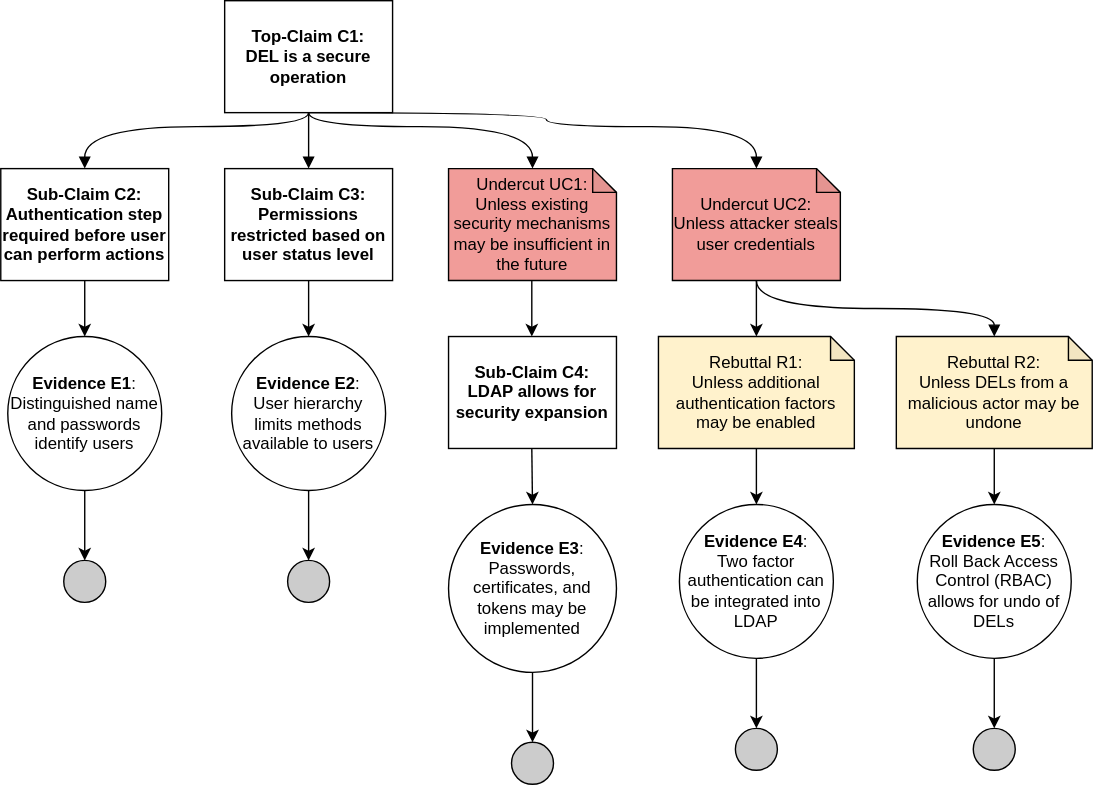
bartelsjoshuac/SAPG keeps this draw.io diagram as images/DEL assurance case.drawio.svg. Above is the earlier version. Source tidied: cells renumbered, new cells last; positions are measured from the earlier drawing's top-left corner, leaving out a move shared by most shapes.
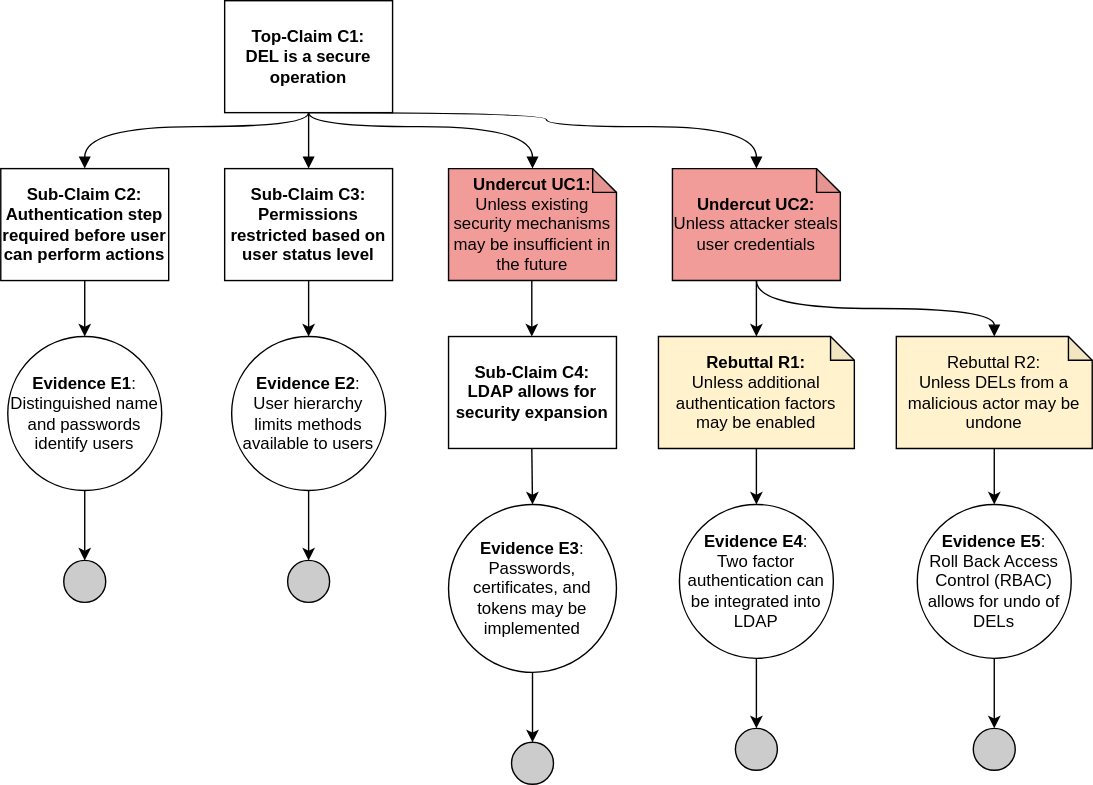
After the change.

Diff of the diagram source:
```diff
@@ -13,10 +13,10 @@
     <mxCell id="3" value="&lt;b&gt;Top-Claim C1:&lt;br&gt;DEL is a secure operation&lt;br&gt;&lt;/b&gt;" style="rounded=0;whiteSpace=wrap;html=1;" parent="1" vertex="1">
       <mxGeometry x="160" width="120" height="80" as="geometry" />
     </mxCell>
-    <mxCell id="4" value="Rebuttal R1:&lt;br&gt;Unless additional authentication factors may be enabled" style="shape=note;whiteSpace=wrap;html=1;backgroundOutline=1;darkOpacity=0.05;size=17;fillColor=#FFF2CC;" parent="1" vertex="1">
+    <mxCell id="4" value="&lt;b&gt;Rebuttal R1:&lt;/b&gt;&lt;br&gt;Unless additional authentication factors may be enabled" style="shape=note;whiteSpace=wrap;html=1;backgroundOutline=1;darkOpacity=0.05;size=17;fillColor=#FFF2CC;" parent="1" vertex="1">
       <mxGeometry x="470" y="240" width="140" height="80" as="geometry" />
     </mxCell>
-    <mxCell id="5" value="Undercut UC2:&lt;br&gt;Unless attacker steals user credentials" style="shape=note;whiteSpace=wrap;html=1;backgroundOutline=1;darkOpacity=0.05;size=17;fillColor=#F19C99;" parent="1" vertex="1">
+    <mxCell id="5" value="&lt;b&gt;Undercut UC2:&lt;/b&gt;&lt;br&gt;Unless attacker steals user credentials" style="shape=note;whiteSpace=wrap;html=1;backgroundOutline=1;darkOpacity=0.05;size=17;fillColor=#F19C99;" parent="1" vertex="1">
       <mxGeometry x="480" y="120" width="120" height="80" as="geometry" />
     </mxCell>
     <mxCell id="6" value="&lt;b&gt;Sub-Claim C2:&lt;br&gt;Authentication step required before user can perform actions&lt;br&gt;&lt;/b&gt;" style="rounded=0;whiteSpace=wrap;html=1;" parent="1" vertex="1">
@@ -109,7 +109,7 @@
     <mxCell id="30" value="&lt;b&gt;Evidence E3&lt;/b&gt;:&lt;br&gt;Passwords, certificates, and tokens may be implemented" style="ellipse;whiteSpace=wrap;html=1;" parent="1" vertex="1">
       <mxGeometry x="320" y="360" width="120" height="120" as="geometry" />
     </mxCell>
-    <mxCell id="31" value="Undercut UC1:&lt;br&gt;Unless existing security mechanisms may be insufficient in the future" style="shape=note;whiteSpace=wrap;html=1;backgroundOutline=1;darkOpacity=0.05;size=17;fillColor=#F19C99;" parent="1" vertex="1">
+    <mxCell id="31" value="&lt;b&gt;Undercut UC1:&lt;/b&gt;&lt;br&gt;Unless existing security mechanisms may be insufficient in the future" style="shape=note;whiteSpace=wrap;html=1;backgroundOutline=1;darkOpacity=0.05;size=17;fillColor=#F19C99;" parent="1" vertex="1">
       <mxGeometry x="320" y="120" width="120" height="80" as="geometry" />
     </mxCell>
     <mxCell id="32" style="edgeStyle=orthogonalEdgeStyle;rounded=0;orthogonalLoop=1;jettySize=auto;html=1;endArrow=block;endFill=1;curved=1;entryX=0.5;entryY=0;entryDx=0;entryDy=0;exitX=0.5;exitY=1;exitDx=0;exitDy=0;entryPerimeter=0;" parent="1" edge="1">
```
